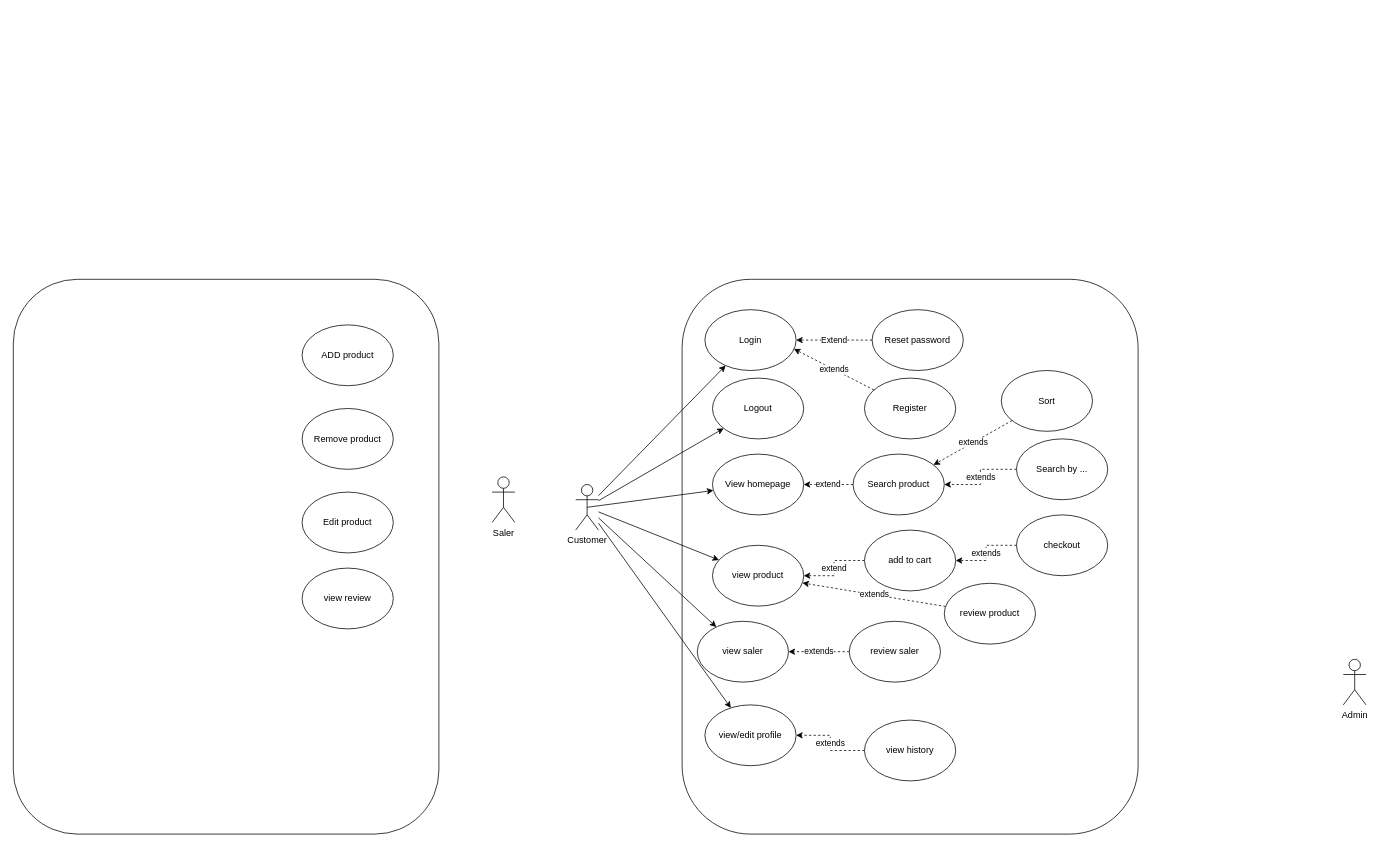
Before: UseCase.drawio in MinhBTHE186598/OnlineShop, a draw.io diagram. Source tidied: cells renumbered, new cells numbered last; positions are measured from the earlier drawing's top-left corner, leaving out a move shared by most shapes. Both pictures are drawn from the tidied source at 76%, with x=0, y=0 at pixel (13, 279).
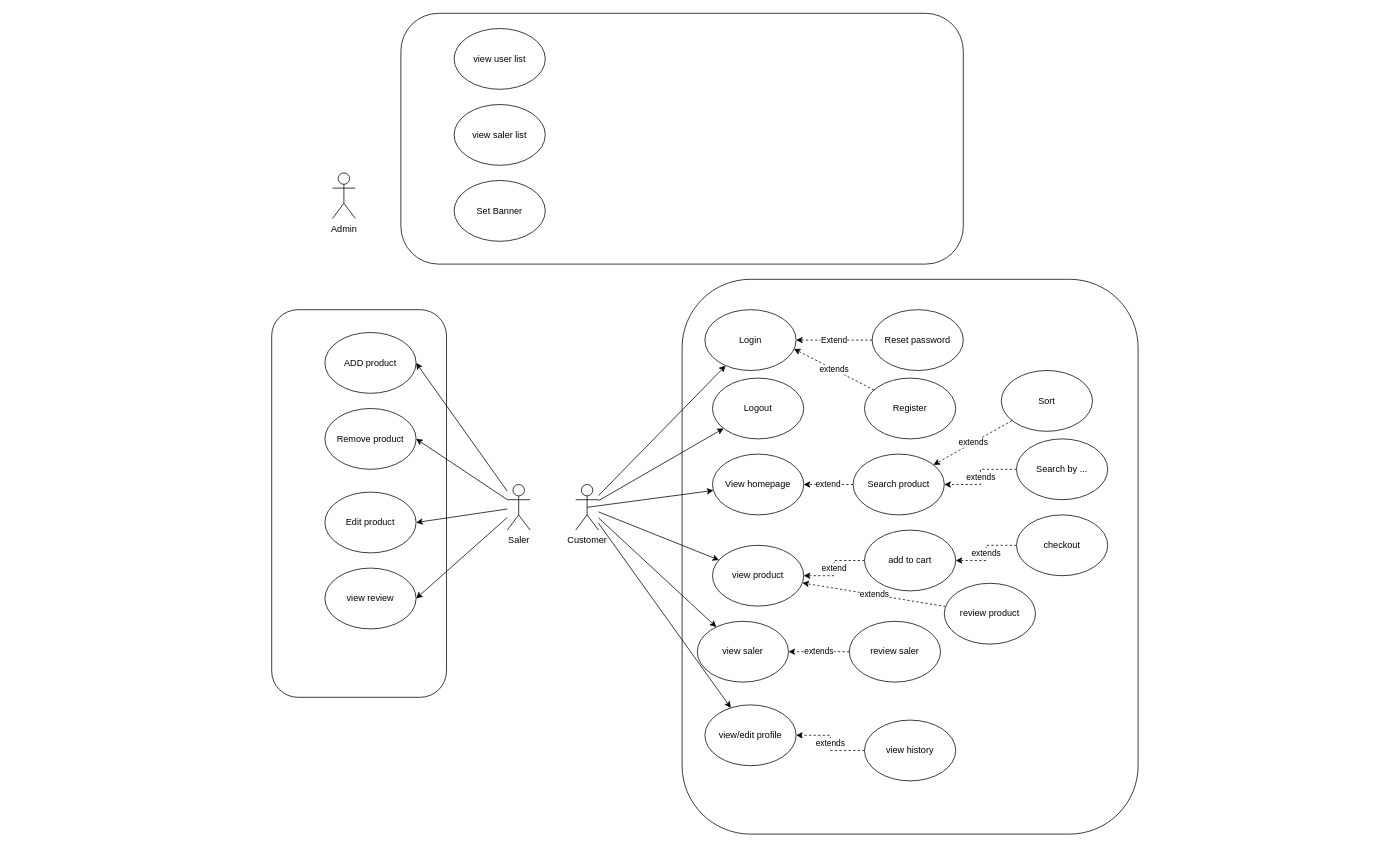
The same diagram, later.

Change to the diagram source:
```diff
@@
     <mxCell id="4" value="Saler" style="shape=umlActor;verticalLabelPosition=bottom;verticalAlign=top;html=1;outlineConnect=0;" parent="1" vertex="1">
-      <mxGeometry x="630" y="260" width="30" height="60" as="geometry" />
+      <mxGeometry x="650" y="270" width="30" height="60" as="geometry" />
     </mxCell>
     <mxCell id="5" value="Admin" style="shape=umlActor;verticalLabelPosition=bottom;verticalAlign=top;html=1;" parent="1" vertex="1">
-      <mxGeometry x="1750" y="500" width="30" height="60" as="geometry" />
+      <mxGeometry x="420" y="-140" width="30" height="60" as="geometry" />
     </mxCell>
@@
     <mxCell id="38" style="rounded=1;whiteSpace=wrap;html=1;" parent="1" vertex="1">
-      <mxGeometry width="560" height="730" as="geometry" />
+      <mxGeometry x="340" y="40" width="230" height="510" as="geometry" />
     </mxCell>
     <mxCell id="39" value="ADD product" style="ellipse;whiteSpace=wrap;html=1;" parent="1" vertex="1">
-      <mxGeometry x="380" y="60" width="120" height="80" as="geometry" />
+      <mxGeometry x="410" y="70" width="120" height="80" as="geometry" />
     </mxCell>
     <mxCell id="40" value="view review" style="ellipse;whiteSpace=wrap;html=1;" parent="1" vertex="1">
-      <mxGeometry x="380" y="380" width="120" height="80" as="geometry" />
+      <mxGeometry x="410" y="380" width="120" height="80" as="geometry" />
     </mxCell>
     <mxCell id="41" value="Remove product" style="ellipse;whiteSpace=wrap;html=1;" parent="1" vertex="1">
-      <mxGeometry x="380" y="170" width="120" height="80" as="geometry" />
+      <mxGeometry x="410" y="170" width="120" height="80" as="geometry" />
     </mxCell>
     <mxCell id="42" value="Edit product" style="ellipse;whiteSpace=wrap;html=1;" parent="1" vertex="1">
-      <mxGeometry x="380" y="280" width="120" height="80" as="geometry" />
+      <mxGeometry x="410" y="280" width="120" height="80" as="geometry" />
     </mxCell>
+    <mxCell id="43" style="rounded=0;jettySize=auto;html=1;entryX=1;entryY=0.5;entryDx=0;entryDy=0;" parent="1" edge="1" source="4" target="39">
+      <mxGeometry relative="1" as="geometry" />
+    </mxCell>
+    <mxCell id="44" style="rounded=0;jettySize=auto;html=1;entryX=1;entryY=0.5;entryDx=0;entryDy=0;" parent="1" edge="1" source="4" target="41">
+      <mxGeometry relative="1" as="geometry" />
+    </mxCell>
+    <mxCell id="45" style="rounded=0;jettySize=auto;html=1;entryX=1;entryY=0.5;entryDx=0;entryDy=0;" parent="1" edge="1" source="4" target="42">
+      <mxGeometry relative="1" as="geometry" />
+    </mxCell>
+    <mxCell id="46" style="rounded=0;jettySize=auto;html=1;entryX=1;entryY=0.5;entryDx=0;entryDy=0;" parent="1" edge="1" source="4" target="40">
+      <mxGeometry relative="1" as="geometry" />
+    </mxCell>
+    <mxCell id="47" style="rounded=1;whiteSpace=wrap;html=1;" parent="1" vertex="1">
+      <mxGeometry x="510" y="-350" width="740" height="330" as="geometry" />
+    </mxCell>
+    <mxCell id="48" value="view user list" style="ellipse;whiteSpace=wrap;html=1;" parent="1" vertex="1">
+      <mxGeometry x="580" y="-330" width="120" height="80" as="geometry" />
+    </mxCell>
+    <mxCell id="49" value="Set Banner" style="ellipse;whiteSpace=wrap;html=1;" parent="1" vertex="1">
+      <mxGeometry x="580" y="-130" width="120" height="80" as="geometry" />
+    </mxCell>
+    <mxCell id="50" value="view saler list" style="ellipse;whiteSpace=wrap;html=1;" parent="1" vertex="1">
+      <mxGeometry x="580" y="-230" width="120" height="80" as="geometry" />
+    </mxCell>
```
